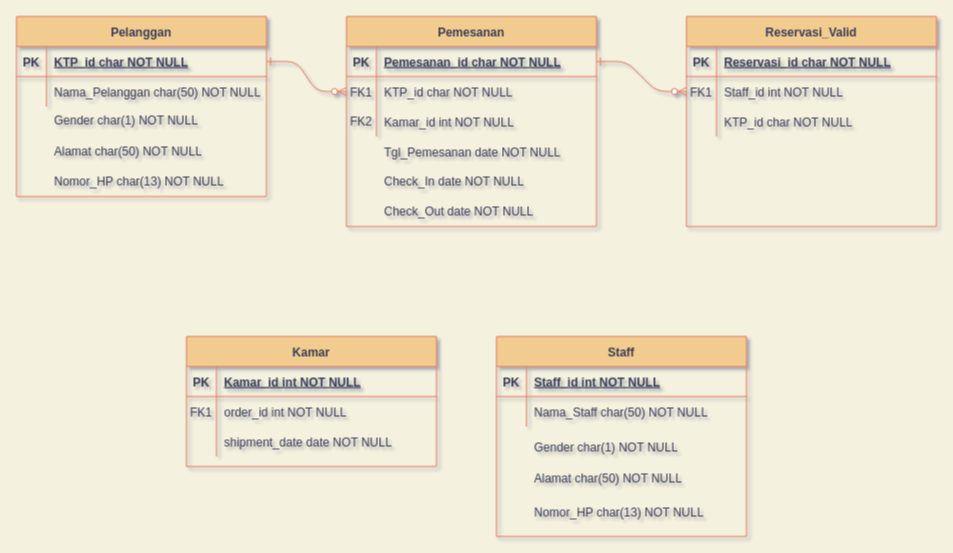
Earlier version of the draw.io diagram ERD K9 APSI.drawio (mewwwty/kuliah). Source tidied: cells renumbered, new cells numbered last; positions are measured from the earlier drawing's top-left corner, leaving out a move shared by most shapes. Both pictures are drawn from the tidied source at 100%, with x=0, y=0 at pixel (16, 16).
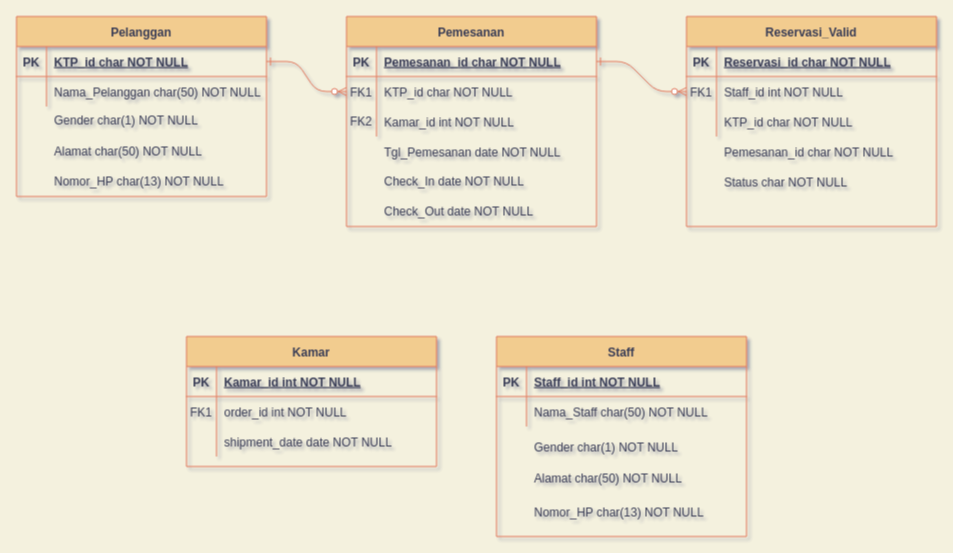
The same diagram, later.

Change to the diagram source:
```diff
@@
+    <mxCell id="58" value="Pemesanan_id char NOT NULL " style="shape=partialRectangle;overflow=hidden;fillColor=none;top=0;left=0;bottom=0;right=0;align=left;spacingLeft=6;fontStyle=0;strokeColor=#E07A5F;fontColor=#393C56;" parent="1" vertex="1">
+      <mxGeometry x="700" y="120" width="220" height="30" as="geometry" />
+    </mxCell>
+    <mxCell id="59" value="Status char NOT NULL" style="shape=partialRectangle;overflow=hidden;fillColor=none;top=0;left=0;bottom=0;right=0;align=left;spacingLeft=6;strokeColor=#E07A5F;fontColor=#393C56;" parent="1" vertex="1">
+      <mxGeometry x="700" y="150" width="220" height="30" as="geometry" />
+    </mxCell>
```
